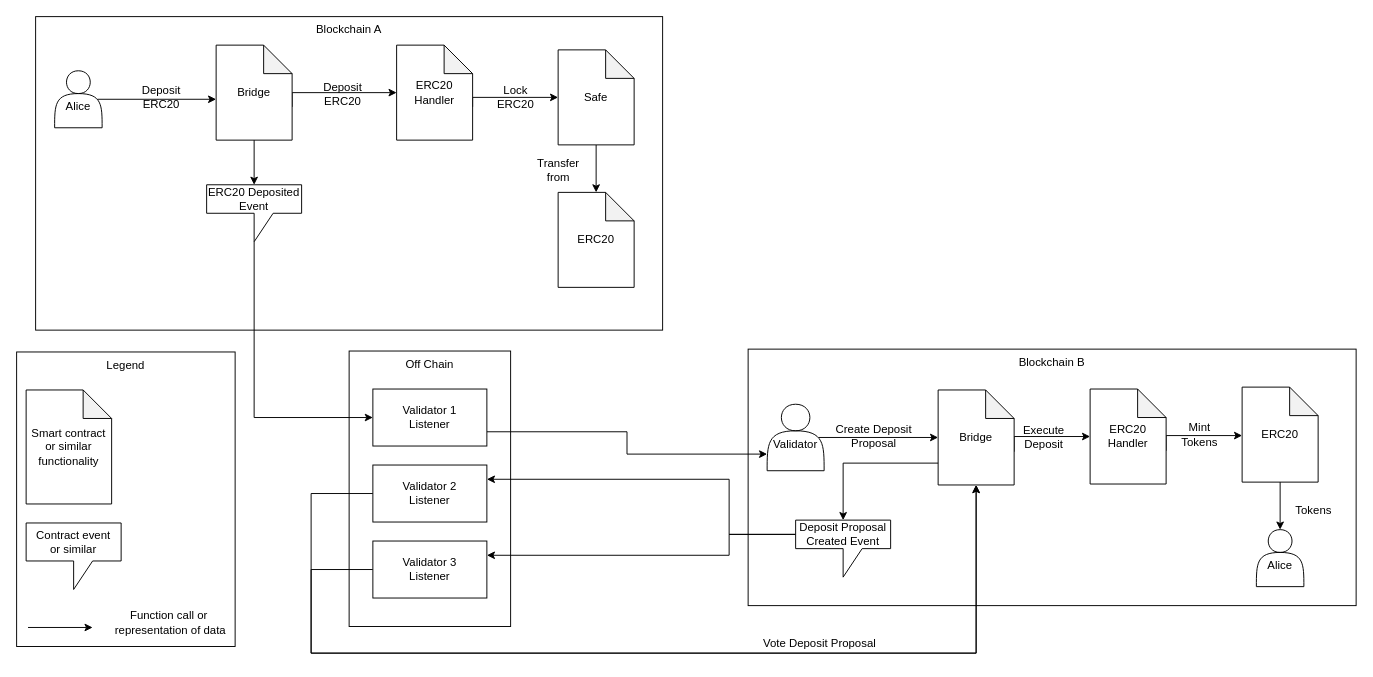
Above: page "Picture Diagram" (1 of 2) of docs/ChainBridgeV2-ERC20-Deposit-Diagrams.drawio in RileySwanton/ChainBridge (draw.io), before the change. Source tidied: cells renumbered, new cells numbered last; positions are measured from the earlier drawing's top-left corner, leaving out a move shared by most shapes. Both pictures are drawn from the tidied source at 95%, with x=0, y=0 at pixel (16, 16).
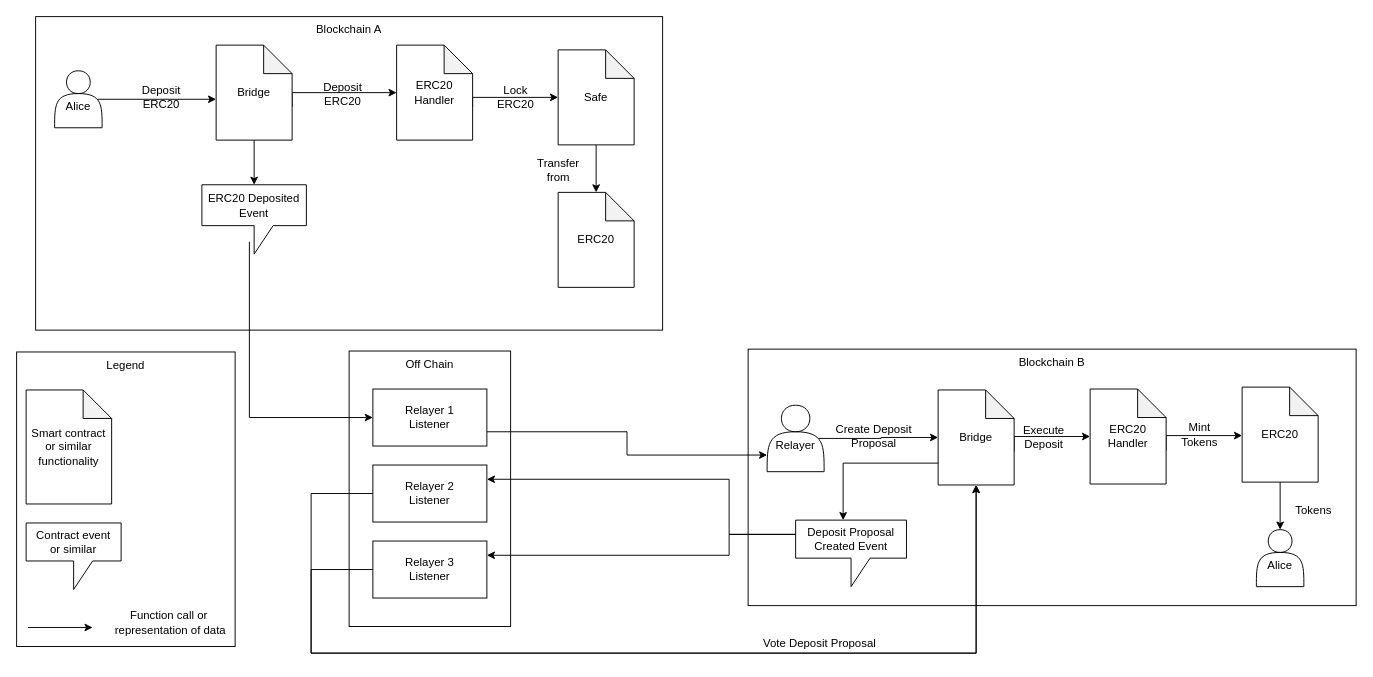
After the change.

The edit, as a diff of the source:
```diff
@@
-    <mxCell id="11" value="Validator 1&lt;br&gt;Listener" style="rounded=0;whiteSpace=wrap;html=1;" parent="1" vertex="1">
+    <mxCell id="11" value="Relayer 1&lt;br&gt;Listener" style="rounded=0;whiteSpace=wrap;html=1;" parent="1" vertex="1">
       <mxGeometry x="375" y="392" width="120" height="60" as="geometry" />
     </mxCell>
@@
-    <mxCell id="18" value="&lt;br&gt;Validator" style="shape=actor;whiteSpace=wrap;html=1;" parent="1" vertex="1">
-      <mxGeometry x="790" y="408" width="60" height="70" as="geometry" />
+    <mxCell id="18" value="&lt;div&gt;&lt;br&gt;&lt;/div&gt;&lt;div&gt;Relayer&lt;/div&gt;" style="shape=actor;whiteSpace=wrap;html=1;" parent="1" vertex="1">
+      <mxGeometry x="790" y="409" width="60" height="70" as="geometry" />
     </mxCell>
@@
-    <mxCell id="21" value="Validator 2&lt;br&gt;Listener" style="rounded=0;whiteSpace=wrap;html=1;" parent="1" vertex="1">
+    <mxCell id="21" value="Relayer 2&lt;br&gt;Listener" style="rounded=0;whiteSpace=wrap;html=1;" parent="1" vertex="1">
       <mxGeometry x="375" y="472" width="120" height="60" as="geometry" />
     </mxCell>
@@
-    <mxCell id="23" value="Validator 3&lt;br&gt;Listener" style="rounded=0;whiteSpace=wrap;html=1;" parent="1" vertex="1">
+    <mxCell id="23" value="Relayer 3&lt;br&gt;Listener" style="rounded=0;whiteSpace=wrap;html=1;" parent="1" vertex="1">
       <mxGeometry x="375" y="552" width="120" height="60" as="geometry" />
     </mxCell>
@@
     <mxCell id="26" value="Deposit Proposal Created Event" style="shape=callout;whiteSpace=wrap;html=1;perimeter=calloutPerimeter;" parent="1" vertex="1">
-      <mxGeometry x="820" y="530" width="100" height="60" as="geometry" />
+      <mxGeometry x="820" y="530" width="116.7" height="70" as="geometry" />
     </mxCell>
@@
     <mxCell id="37" style="edgeStyle=orthogonalEdgeStyle;rounded=0;jettySize=auto;html=1;exitX=0;exitY=0;exitDx=50;exitDy=60;exitPerimeter=0;entryX=0;entryY=0.5;entryDx=0;entryDy=0;" parent="1" edge="1" source="38" target="11">
-      <mxGeometry relative="1" as="geometry" />
+      <mxGeometry relative="1" as="geometry">
+        <Array as="points">
+          <mxPoint x="245" y="422" />
+        </Array>
+      </mxGeometry>
     </mxCell>
     <mxCell id="38" value="ERC20 Deposited Event" style="shape=callout;whiteSpace=wrap;html=1;perimeter=calloutPerimeter;" parent="1" vertex="1">
-      <mxGeometry x="200" y="177" width="100" height="60" as="geometry" />
+      <mxGeometry x="195" y="177" width="110" height="73" as="geometry" />
     </mxCell>
```
